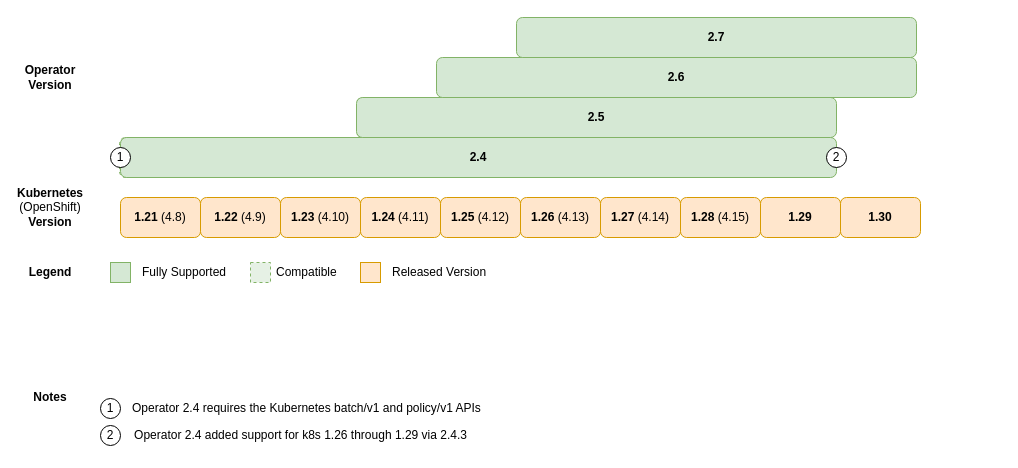
This is page "Compat Kuberentes" (1 of 3) of docs/dev/drawio-charts/k8s-compat.drawio from couchbase/couchbase-operator, a draw.io file, before an edit. Source tidied: cells renumbered, new cells numbered last; positions are measured from the earlier drawing's top-left corner, leaving out a move shared by most shapes. Both pictures are drawn from the tidied source at 100%, with x=0, y=0 at pixel (20, 17).
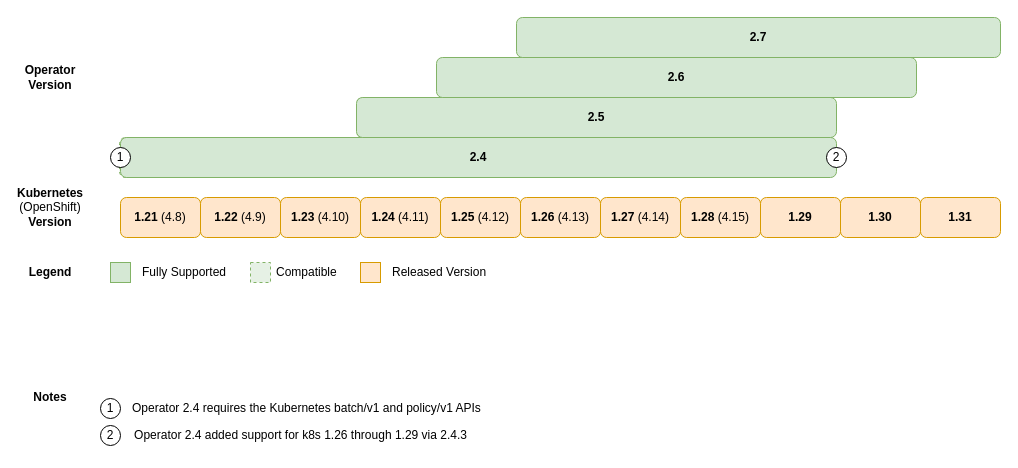
Above is the later version.

Diff of the diagram source:
```diff
@@
     <mxCell id="34" value="&lt;b&gt;2.7&lt;/b&gt;" style="rounded=1;whiteSpace=wrap;html=1;fillColor=#d5e8d4;strokeColor=#82b366;" parent="1" vertex="1">
-      <mxGeometry x="496" width="400" height="40" as="geometry" />
+      <mxGeometry x="496" width="484" height="40" as="geometry" />
     </mxCell>
+    <mxCell id="35" value="&lt;b&gt;1.31&lt;/b&gt;" style="rounded=1;whiteSpace=wrap;html=1;fillColor=#ffe6cc;strokeColor=#d79b00;" parent="1" vertex="1">
+      <mxGeometry x="900" y="180" width="80" height="40" as="geometry" />
+    </mxCell>
```
